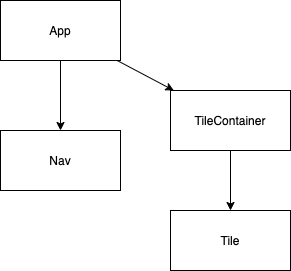
marskimiko/react-hooks-hogwild keeps this draw.io diagram as componentHierarchy.drawio.png. Above is the earlier version. Source tidied: cells renumbered, new cells last; positions are measured from the earlier drawing's top-left corner, leaving out a move shared by most shapes. Source of this version:
```xml
<mxGraphModel>
  <root>
    <mxCell id="0" />
    <mxCell id="1" parent="0" />
    <mxCell id="2" style="edgeStyle=none;html=1;" parent="1" edge="1" source="4" target="6">
      <mxGeometry relative="1" as="geometry" />
    </mxCell>
    <mxCell id="3" style="edgeStyle=none;html=1;" parent="1" edge="1" source="4">
      <mxGeometry relative="1" as="geometry">
        <mxPoint x="60" y="130" as="targetPoint" />
      </mxGeometry>
    </mxCell>
    <mxCell id="4" value="App" style="rounded=0;whiteSpace=wrap;html=1;" parent="1" vertex="1">
      <mxGeometry width="120" height="60" as="geometry" />
    </mxCell>
    <mxCell id="5" style="edgeStyle=none;html=1;" parent="1" edge="1" source="6" target="7">
      <mxGeometry relative="1" as="geometry" />
    </mxCell>
    <mxCell id="6" value="TileContainer" style="rounded=0;whiteSpace=wrap;html=1;" parent="1" vertex="1">
      <mxGeometry x="170" y="90" width="120" height="60" as="geometry" />
    </mxCell>
    <mxCell id="7" value="Tile" style="rounded=0;whiteSpace=wrap;html=1;" parent="1" vertex="1">
      <mxGeometry x="170" y="210" width="120" height="60" as="geometry" />
    </mxCell>
    <mxCell id="8" value="Nav" style="rounded=0;whiteSpace=wrap;html=1;" parent="1" vertex="1">
      <mxGeometry y="130" width="120" height="60" as="geometry" />
    </mxCell>
  </root>
</mxGraphModel>
```
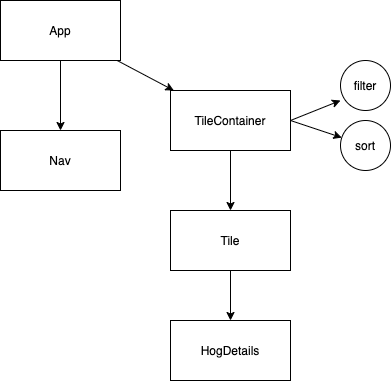
The same file after the commit.

What changed in the source:
```diff
@@ -16,14 +16,32 @@
     <mxCell id="5" style="edgeStyle=none;html=1;" parent="1" edge="1" source="6" target="7">
       <mxGeometry relative="1" as="geometry" />
     </mxCell>
+    <mxCell id="9" style="edgeStyle=none;html=1;exitX=1;exitY=0.5;exitDx=0;exitDy=0;" parent="1" edge="1" source="6" target="14">
+      <mxGeometry relative="1" as="geometry" />
+    </mxCell>
+    <mxCell id="10" style="edgeStyle=none;html=1;exitX=1;exitY=0.5;exitDx=0;exitDy=0;entryX=0;entryY=0.8;entryDx=0;entryDy=0;entryPerimeter=0;" parent="1" edge="1" source="6" target="13">
+      <mxGeometry relative="1" as="geometry" />
+    </mxCell>
     <mxCell id="6" value="TileContainer" style="rounded=0;whiteSpace=wrap;html=1;" parent="1" vertex="1">
       <mxGeometry x="170" y="90" width="120" height="60" as="geometry" />
     </mxCell>
+    <mxCell id="11" style="edgeStyle=none;html=1;exitX=0.5;exitY=1;exitDx=0;exitDy=0;" parent="1" edge="1" source="7" target="12">
+      <mxGeometry relative="1" as="geometry" />
+    </mxCell>
     <mxCell id="7" value="Tile" style="rounded=0;whiteSpace=wrap;html=1;" parent="1" vertex="1">
       <mxGeometry x="170" y="210" width="120" height="60" as="geometry" />
     </mxCell>
     <mxCell id="8" value="Nav" style="rounded=0;whiteSpace=wrap;html=1;" parent="1" vertex="1">
       <mxGeometry y="130" width="120" height="60" as="geometry" />
     </mxCell>
+    <mxCell id="12" value="HogDetails" style="rounded=0;whiteSpace=wrap;html=1;" parent="1" vertex="1">
+      <mxGeometry x="170" y="320" width="120" height="60" as="geometry" />
+    </mxCell>
+    <mxCell id="13" value="filter" style="ellipse;whiteSpace=wrap;html=1;" parent="1" vertex="1">
+      <mxGeometry x="340" y="60" width="50" height="50" as="geometry" />
+    </mxCell>
+    <mxCell id="14" value="sort" style="ellipse;whiteSpace=wrap;html=1;" parent="1" vertex="1">
+      <mxGeometry x="340" y="120" width="50" height="50" as="geometry" />
+    </mxCell>
   </root>
 </mxGraphModel>
```
